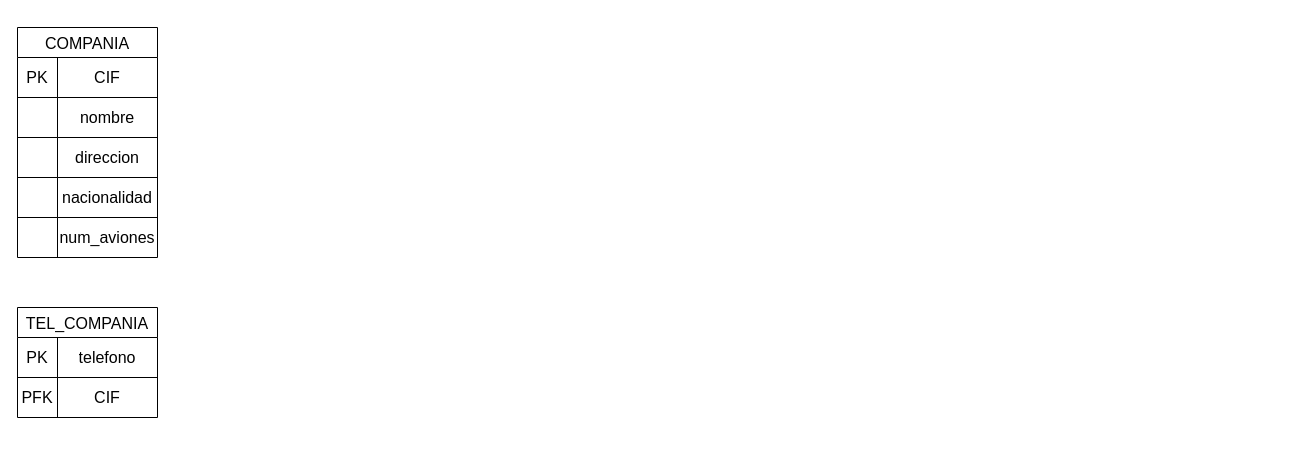
The draw.io diagram Modelo Relacion Aeropuerto TBD.drawio in misiomishi/itcj, before the edit. Source tidied: cells renumbered, new cells numbered last; positions are measured from the earlier drawing's top-left corner, leaving out a move shared by most shapes. Both pictures are drawn from the tidied source at 100%, with x=0, y=0 at pixel (17, 27).
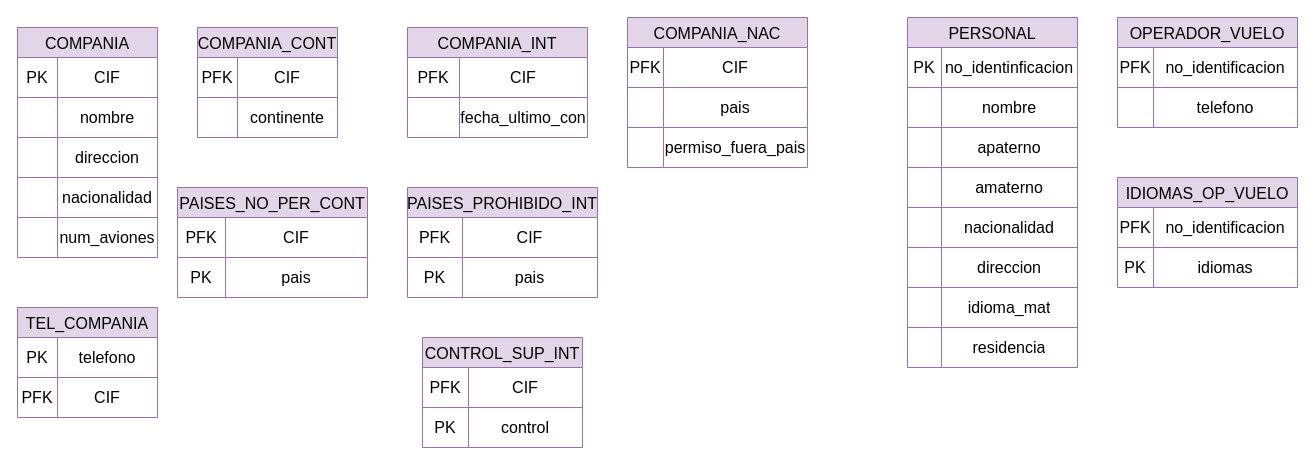
Above is the later version.

Change to the diagram source:
```diff
@@
-    <mxCell id="2" value="COMPANIA" style="shape=table;startSize=30;childLayout=tableLayout;strokeColor=default;fontSize=16;" parent="1" vertex="1">
+    <mxCell id="2" value="COMPANIA" style="shape=table;startSize=30;childLayout=tableLayout;strokeColor=#9673a6;fontSize=16;fillColor=#e1d5e7;" parent="1" vertex="1">
       <mxGeometry width="140" height="230" as="geometry" />
     </mxCell>
@@
-    <mxCell id="18" value="TEL_COMPANIA" style="shape=table;startSize=30;childLayout=tableLayout;strokeColor=default;fontSize=16;" parent="1" vertex="1">
+    <mxCell id="18" value="TEL_COMPANIA" style="shape=table;startSize=30;childLayout=tableLayout;strokeColor=#9673a6;fontSize=16;fillColor=#e1d5e7;" parent="1" vertex="1">
       <mxGeometry y="280" width="140" height="110" as="geometry" />
     </mxCell>
@@
+    <mxCell id="25" value="COMPANIA_CONT" style="shape=table;startSize=30;childLayout=tableLayout;strokeColor=#9673a6;fontSize=16;fillColor=#e1d5e7;" parent="1" vertex="1">
+      <mxGeometry x="180" width="140" height="110" as="geometry" />
+    </mxCell>
+    <mxCell id="26" style="shape=tableRow;horizontal=0;startSize=0;swimlaneHead=0;swimlaneBody=0;strokeColor=inherit;top=0;left=0;bottom=0;right=0;fillColor=none;fontSize=16;" parent="25" vertex="1">
+      <mxGeometry y="30" width="140" height="40" as="geometry" />
+    </mxCell>
+    <mxCell id="27" value="PFK" style="shape=partialRectangle;html=1;whiteSpace=wrap;strokeColor=inherit;overflow=hidden;fillColor=none;top=0;left=0;bottom=0;right=0;fontSize=16;" parent="26" vertex="1">
+      <mxGeometry width="40" height="40" as="geometry" />
+    </mxCell>
+    <mxCell id="28" value="CIF" style="shape=partialRectangle;html=1;whiteSpace=wrap;strokeColor=inherit;overflow=hidden;fillColor=none;top=0;left=0;bottom=0;right=0;fontSize=16;" parent="26" vertex="1">
+      <mxGeometry x="40" width="100" height="40" as="geometry" />
+    </mxCell>
+    <mxCell id="29" style="shape=tableRow;horizontal=0;startSize=0;swimlaneHead=0;swimlaneBody=0;strokeColor=inherit;top=0;left=0;bottom=0;right=0;fillColor=none;fontSize=16;" parent="25" vertex="1">
+      <mxGeometry y="70" width="140" height="40" as="geometry" />
+    </mxCell>
+    <mxCell id="30" style="shape=partialRectangle;html=1;whiteSpace=wrap;strokeColor=inherit;overflow=hidden;fillColor=none;top=0;left=0;bottom=0;right=0;fontSize=16;" parent="29" vertex="1">
+      <mxGeometry width="40" height="40" as="geometry" />
+    </mxCell>
+    <mxCell id="31" value="continente" style="shape=partialRectangle;html=1;whiteSpace=wrap;strokeColor=inherit;overflow=hidden;fillColor=none;top=0;left=0;bottom=0;right=0;fontSize=16;" parent="29" vertex="1">
+      <mxGeometry x="40" width="100" height="40" as="geometry" />
+    </mxCell>
+    <mxCell id="32" value="PAISES_NO_PER_CONT" style="shape=table;startSize=30;childLayout=tableLayout;strokeColor=#9673a6;fontSize=16;fillColor=#e1d5e7;" parent="1" vertex="1">
+      <mxGeometry x="160" y="160" width="190" height="110" as="geometry" />
+    </mxCell>
+    <mxCell id="33" style="shape=tableRow;horizontal=0;startSize=0;swimlaneHead=0;swimlaneBody=0;strokeColor=inherit;top=0;left=0;bottom=0;right=0;fillColor=none;fontSize=16;" parent="32" vertex="1">
+      <mxGeometry y="30" width="190" height="40" as="geometry" />
+    </mxCell>
+    <mxCell id="34" value="PFK" style="shape=partialRectangle;html=1;whiteSpace=wrap;strokeColor=inherit;overflow=hidden;fillColor=none;top=0;left=0;bottom=0;right=0;fontSize=16;" parent="33" vertex="1">
+      <mxGeometry width="48" height="40" as="geometry" />
+    </mxCell>
+    <mxCell id="35" value="CIF" style="shape=partialRectangle;html=1;whiteSpace=wrap;strokeColor=inherit;overflow=hidden;fillColor=none;top=0;left=0;bottom=0;right=0;fontSize=16;" parent="33" vertex="1">
+      <mxGeometry x="48" width="142" height="40" as="geometry" />
+    </mxCell>
+    <mxCell id="36" style="shape=tableRow;horizontal=0;startSize=0;swimlaneHead=0;swimlaneBody=0;strokeColor=inherit;top=0;left=0;bottom=0;right=0;fillColor=none;fontSize=16;" parent="32" vertex="1">
+      <mxGeometry y="70" width="190" height="40" as="geometry" />
+    </mxCell>
+    <mxCell id="37" value="PK" style="shape=partialRectangle;html=1;whiteSpace=wrap;strokeColor=inherit;overflow=hidden;fillColor=none;top=0;left=0;bottom=0;right=0;fontSize=16;" parent="36" vertex="1">
+      <mxGeometry width="48" height="40" as="geometry" />
+    </mxCell>
+    <mxCell id="38" value="pais" style="shape=partialRectangle;html=1;whiteSpace=wrap;strokeColor=inherit;overflow=hidden;fillColor=none;top=0;left=0;bottom=0;right=0;fontSize=16;" parent="36" vertex="1">
+      <mxGeometry x="48" width="142" height="40" as="geometry" />
+    </mxCell>
+    <mxCell id="39" value="COMPANIA_INT" style="shape=table;startSize=30;childLayout=tableLayout;strokeColor=#9673a6;fontSize=16;fillColor=#e1d5e7;" parent="1" vertex="1">
+      <mxGeometry x="390" width="180" height="110" as="geometry" />
+    </mxCell>
+    <mxCell id="40" style="shape=tableRow;horizontal=0;startSize=0;swimlaneHead=0;swimlaneBody=0;strokeColor=inherit;top=0;left=0;bottom=0;right=0;fillColor=none;fontSize=16;" parent="39" vertex="1">
+      <mxGeometry y="30" width="180" height="40" as="geometry" />
+    </mxCell>
+    <mxCell id="41" value="PFK" style="shape=partialRectangle;html=1;whiteSpace=wrap;strokeColor=inherit;overflow=hidden;fillColor=none;top=0;left=0;bottom=0;right=0;fontSize=16;" parent="40" vertex="1">
+      <mxGeometry width="52" height="40" as="geometry" />
+    </mxCell>
+    <mxCell id="42" value="CIF" style="shape=partialRectangle;html=1;whiteSpace=wrap;strokeColor=inherit;overflow=hidden;fillColor=none;top=0;left=0;bottom=0;right=0;fontSize=16;" parent="40" vertex="1">
+      <mxGeometry x="52" width="128" height="40" as="geometry" />
+    </mxCell>
+    <mxCell id="43" style="shape=tableRow;horizontal=0;startSize=0;swimlaneHead=0;swimlaneBody=0;strokeColor=inherit;top=0;left=0;bottom=0;right=0;fillColor=none;fontSize=16;" parent="39" vertex="1">
+      <mxGeometry y="70" width="180" height="40" as="geometry" />
+    </mxCell>
+    <mxCell id="44" style="shape=partialRectangle;html=1;whiteSpace=wrap;strokeColor=inherit;overflow=hidden;fillColor=none;top=0;left=0;bottom=0;right=0;fontSize=16;" parent="43" vertex="1">
+      <mxGeometry width="52" height="40" as="geometry" />
+    </mxCell>
+    <mxCell id="45" value="fecha_ultimo_con" style="shape=partialRectangle;html=1;whiteSpace=wrap;strokeColor=inherit;overflow=hidden;fillColor=none;top=0;left=0;bottom=0;right=0;fontSize=16;" parent="43" vertex="1">
+      <mxGeometry x="52" width="128" height="40" as="geometry" />
+    </mxCell>
+    <mxCell id="46" value="PAISES_PROHIBIDO_INT" style="shape=table;startSize=30;childLayout=tableLayout;strokeColor=#9673a6;fontSize=16;fillColor=#e1d5e7;" parent="1" vertex="1">
+      <mxGeometry x="390" y="160" width="190" height="110" as="geometry" />
+    </mxCell>
+    <mxCell id="47" style="shape=tableRow;horizontal=0;startSize=0;swimlaneHead=0;swimlaneBody=0;strokeColor=inherit;top=0;left=0;bottom=0;right=0;fillColor=none;fontSize=16;" parent="46" vertex="1">
+      <mxGeometry y="30" width="190" height="40" as="geometry" />
+    </mxCell>
+    <mxCell id="48" value="PFK" style="shape=partialRectangle;html=1;whiteSpace=wrap;strokeColor=inherit;overflow=hidden;fillColor=none;top=0;left=0;bottom=0;right=0;fontSize=16;" parent="47" vertex="1">
+      <mxGeometry width="55" height="40" as="geometry" />
+    </mxCell>
+    <mxCell id="49" value="CIF" style="shape=partialRectangle;html=1;whiteSpace=wrap;strokeColor=inherit;overflow=hidden;fillColor=none;top=0;left=0;bottom=0;right=0;fontSize=16;" parent="47" vertex="1">
+      <mxGeometry x="55" width="135" height="40" as="geometry" />
+    </mxCell>
+    <mxCell id="50" style="shape=tableRow;horizontal=0;startSize=0;swimlaneHead=0;swimlaneBody=0;strokeColor=inherit;top=0;left=0;bottom=0;right=0;fillColor=none;fontSize=16;" parent="46" vertex="1">
+      <mxGeometry y="70" width="190" height="40" as="geometry" />
+    </mxCell>
+    <mxCell id="51" value="PK" style="shape=partialRectangle;html=1;whiteSpace=wrap;strokeColor=inherit;overflow=hidden;fillColor=none;top=0;left=0;bottom=0;right=0;fontSize=16;" parent="50" vertex="1">
+      <mxGeometry width="55" height="40" as="geometry" />
+    </mxCell>
+    <mxCell id="52" value="pais" style="shape=partialRectangle;html=1;whiteSpace=wrap;strokeColor=inherit;overflow=hidden;fillColor=none;top=0;left=0;bottom=0;right=0;fontSize=16;" parent="50" vertex="1">
+      <mxGeometry x="55" width="135" height="40" as="geometry" />
+    </mxCell>
+    <mxCell id="53" value="CONTROL_SUP_INT" style="shape=table;startSize=30;childLayout=tableLayout;strokeColor=#9673a6;fontSize=16;fillColor=#e1d5e7;" parent="1" vertex="1">
+      <mxGeometry x="405" y="310" width="160" height="110" as="geometry" />
+    </mxCell>
+    <mxCell id="54" style="shape=tableRow;horizontal=0;startSize=0;swimlaneHead=0;swimlaneBody=0;strokeColor=inherit;top=0;left=0;bottom=0;right=0;fillColor=none;fontSize=16;" parent="53" vertex="1">
+      <mxGeometry y="30" width="160" height="40" as="geometry" />
+    </mxCell>
+    <mxCell id="55" value="PFK" style="shape=partialRectangle;html=1;whiteSpace=wrap;strokeColor=inherit;overflow=hidden;fillColor=none;top=0;left=0;bottom=0;right=0;fontSize=16;" parent="54" vertex="1">
+      <mxGeometry width="46" height="40" as="geometry" />
+    </mxCell>
+    <mxCell id="56" value="CIF" style="shape=partialRectangle;html=1;whiteSpace=wrap;strokeColor=inherit;overflow=hidden;fillColor=none;top=0;left=0;bottom=0;right=0;fontSize=16;" parent="54" vertex="1">
+      <mxGeometry x="46" width="114" height="40" as="geometry" />
+    </mxCell>
+    <mxCell id="57" style="shape=tableRow;horizontal=0;startSize=0;swimlaneHead=0;swimlaneBody=0;strokeColor=inherit;top=0;left=0;bottom=0;right=0;fillColor=none;fontSize=16;" parent="53" vertex="1">
+      <mxGeometry y="70" width="160" height="40" as="geometry" />
+    </mxCell>
+    <mxCell id="58" value="PK" style="shape=partialRectangle;html=1;whiteSpace=wrap;strokeColor=inherit;overflow=hidden;fillColor=none;top=0;left=0;bottom=0;right=0;fontSize=16;" parent="57" vertex="1">
+      <mxGeometry width="46" height="40" as="geometry" />
+    </mxCell>
+    <mxCell id="59" value="control" style="shape=partialRectangle;html=1;whiteSpace=wrap;strokeColor=inherit;overflow=hidden;fillColor=none;top=0;left=0;bottom=0;right=0;fontSize=16;" parent="57" vertex="1">
+      <mxGeometry x="46" width="114" height="40" as="geometry" />
+    </mxCell>
+    <mxCell id="60" value="COMPANIA_NAC" style="shape=table;startSize=30;childLayout=tableLayout;strokeColor=#9673a6;fontSize=16;fillColor=#e1d5e7;" parent="1" vertex="1">
+      <mxGeometry x="610" y="-10" width="180" height="150" as="geometry" />
+    </mxCell>
+    <mxCell id="61" style="shape=tableRow;horizontal=0;startSize=0;swimlaneHead=0;swimlaneBody=0;strokeColor=inherit;top=0;left=0;bottom=0;right=0;fillColor=none;fontSize=16;" parent="60" vertex="1">
+      <mxGeometry y="30" width="180" height="40" as="geometry" />
+    </mxCell>
+    <mxCell id="62" value="PFK" style="shape=partialRectangle;html=1;whiteSpace=wrap;strokeColor=inherit;overflow=hidden;fillColor=none;top=0;left=0;bottom=0;right=0;fontSize=16;" parent="61" vertex="1">
+      <mxGeometry width="36" height="40" as="geometry" />
+    </mxCell>
+    <mxCell id="63" value="CIF" style="shape=partialRectangle;html=1;whiteSpace=wrap;strokeColor=inherit;overflow=hidden;fillColor=none;top=0;left=0;bottom=0;right=0;fontSize=16;" parent="61" vertex="1">
+      <mxGeometry x="36" width="144" height="40" as="geometry" />
+    </mxCell>
+    <mxCell id="64" style="shape=tableRow;horizontal=0;startSize=0;swimlaneHead=0;swimlaneBody=0;strokeColor=inherit;top=0;left=0;bottom=0;right=0;fillColor=none;fontSize=16;" parent="60" vertex="1">
+      <mxGeometry y="70" width="180" height="40" as="geometry" />
+    </mxCell>
+    <mxCell id="65" style="shape=partialRectangle;html=1;whiteSpace=wrap;strokeColor=inherit;overflow=hidden;fillColor=none;top=0;left=0;bottom=0;right=0;fontSize=16;" parent="64" vertex="1">
+      <mxGeometry width="36" height="40" as="geometry" />
+    </mxCell>
+    <mxCell id="66" value="pais" style="shape=partialRectangle;html=1;whiteSpace=wrap;strokeColor=inherit;overflow=hidden;fillColor=none;top=0;left=0;bottom=0;right=0;fontSize=16;" parent="64" vertex="1">
+      <mxGeometry x="36" width="144" height="40" as="geometry" />
+    </mxCell>
+    <mxCell id="67" style="shape=tableRow;horizontal=0;startSize=0;swimlaneHead=0;swimlaneBody=0;strokeColor=inherit;top=0;left=0;bottom=0;right=0;fillColor=none;fontSize=16;" parent="60" vertex="1">
+      <mxGeometry y="110" width="180" height="40" as="geometry" />
+    </mxCell>
+    <mxCell id="68" style="shape=partialRectangle;html=1;whiteSpace=wrap;strokeColor=inherit;overflow=hidden;fillColor=none;top=0;left=0;bottom=0;right=0;fontSize=16;" parent="67" vertex="1">
+      <mxGeometry width="36" height="40" as="geometry" />
+    </mxCell>
+    <mxCell id="69" value="permiso_fuera_pais" style="shape=partialRectangle;html=1;whiteSpace=wrap;strokeColor=inherit;overflow=hidden;fillColor=none;top=0;left=0;bottom=0;right=0;fontSize=16;" parent="67" vertex="1">
+      <mxGeometry x="36" width="144" height="40" as="geometry" />
+    </mxCell>
+    <mxCell id="70" value="PERSONAL" style="shape=table;startSize=30;childLayout=tableLayout;strokeColor=#9673a6;fontSize=16;fillColor=#e1d5e7;" parent="1" vertex="1">
+      <mxGeometry x="890" y="-10" width="170" height="350" as="geometry" />
+    </mxCell>
+    <mxCell id="71" style="shape=tableRow;horizontal=0;startSize=0;swimlaneHead=0;swimlaneBody=0;strokeColor=inherit;top=0;left=0;bottom=0;right=0;fillColor=none;fontSize=16;" parent="70" vertex="1">
+      <mxGeometry y="30" width="170" height="40" as="geometry" />
+    </mxCell>
+    <mxCell id="72" value="PK" style="shape=partialRectangle;html=1;whiteSpace=wrap;strokeColor=inherit;overflow=hidden;fillColor=none;top=0;left=0;bottom=0;right=0;fontSize=16;" parent="71" vertex="1">
+      <mxGeometry width="34" height="40" as="geometry" />
+    </mxCell>
+    <mxCell id="73" value="no_identinficacion" style="shape=partialRectangle;html=1;whiteSpace=wrap;strokeColor=inherit;overflow=hidden;fillColor=none;top=0;left=0;bottom=0;right=0;fontSize=16;" parent="71" vertex="1">
+      <mxGeometry x="34" width="136" height="40" as="geometry" />
+    </mxCell>
+    <mxCell id="74" style="shape=tableRow;horizontal=0;startSize=0;swimlaneHead=0;swimlaneBody=0;strokeColor=inherit;top=0;left=0;bottom=0;right=0;fillColor=none;fontSize=16;" parent="70" vertex="1">
+      <mxGeometry y="70" width="170" height="40" as="geometry" />
+    </mxCell>
+    <mxCell id="75" style="shape=partialRectangle;html=1;whiteSpace=wrap;strokeColor=inherit;overflow=hidden;fillColor=none;top=0;left=0;bottom=0;right=0;fontSize=16;" parent="74" vertex="1">
+      <mxGeometry width="34" height="40" as="geometry" />
+    </mxCell>
+    <mxCell id="76" value="nombre" style="shape=partialRectangle;html=1;whiteSpace=wrap;strokeColor=inherit;overflow=hidden;fillColor=none;top=0;left=0;bottom=0;right=0;fontSize=16;" parent="74" vertex="1">
+      <mxGeometry x="34" width="136" height="40" as="geometry" />
+    </mxCell>
+    <mxCell id="77" style="shape=tableRow;horizontal=0;startSize=0;swimlaneHead=0;swimlaneBody=0;strokeColor=inherit;top=0;left=0;bottom=0;right=0;fillColor=none;fontSize=16;" parent="70" vertex="1">
+      <mxGeometry y="110" width="170" height="40" as="geometry" />
+    </mxCell>
+    <mxCell id="78" style="shape=partialRectangle;html=1;whiteSpace=wrap;strokeColor=inherit;overflow=hidden;fillColor=none;top=0;left=0;bottom=0;right=0;fontSize=16;" parent="77" vertex="1">
+      <mxGeometry width="34" height="40" as="geometry" />
+    </mxCell>
+    <mxCell id="79" value="apaterno" style="shape=partialRectangle;html=1;whiteSpace=wrap;strokeColor=inherit;overflow=hidden;fillColor=none;top=0;left=0;bottom=0;right=0;fontSize=16;" parent="77" vertex="1">
+      <mxGeometry x="34" width="136" height="40" as="geometry" />
+    </mxCell>
+    <mxCell id="80" style="shape=tableRow;horizontal=0;startSize=0;swimlaneHead=0;swimlaneBody=0;strokeColor=inherit;top=0;left=0;bottom=0;right=0;fillColor=none;fontSize=16;" parent="70" vertex="1">
+      <mxGeometry y="150" width="170" height="40" as="geometry" />
+    </mxCell>
+    <mxCell id="81" style="shape=partialRectangle;html=1;whiteSpace=wrap;strokeColor=inherit;overflow=hidden;fillColor=none;top=0;left=0;bottom=0;right=0;fontSize=16;" parent="80" vertex="1">
+      <mxGeometry width="34" height="40" as="geometry" />
+    </mxCell>
+    <mxCell id="82" value="amaterno" style="shape=partialRectangle;html=1;whiteSpace=wrap;strokeColor=inherit;overflow=hidden;fillColor=none;top=0;left=0;bottom=0;right=0;fontSize=16;" parent="80" vertex="1">
+      <mxGeometry x="34" width="136" height="40" as="geometry" />
+    </mxCell>
+    <mxCell id="83" style="shape=tableRow;horizontal=0;startSize=0;swimlaneHead=0;swimlaneBody=0;strokeColor=inherit;top=0;left=0;bottom=0;right=0;fillColor=none;fontSize=16;" parent="70" vertex="1">
+      <mxGeometry y="190" width="170" height="40" as="geometry" />
+    </mxCell>
+    <mxCell id="84" style="shape=partialRectangle;html=1;whiteSpace=wrap;strokeColor=inherit;overflow=hidden;fillColor=none;top=0;left=0;bottom=0;right=0;fontSize=16;" parent="83" vertex="1">
+      <mxGeometry width="34" height="40" as="geometry" />
+    </mxCell>
+    <mxCell id="85" value="nacionalidad" style="shape=partialRectangle;html=1;whiteSpace=wrap;strokeColor=inherit;overflow=hidden;fillColor=none;top=0;left=0;bottom=0;right=0;fontSize=16;" parent="83" vertex="1">
+      <mxGeometry x="34" width="136" height="40" as="geometry" />
+    </mxCell>
+    <mxCell id="86" style="shape=tableRow;horizontal=0;startSize=0;swimlaneHead=0;swimlaneBody=0;strokeColor=inherit;top=0;left=0;bottom=0;right=0;fillColor=none;fontSize=16;" parent="70" vertex="1">
+      <mxGeometry y="230" width="170" height="40" as="geometry" />
+    </mxCell>
+    <mxCell id="87" style="shape=partialRectangle;html=1;whiteSpace=wrap;strokeColor=inherit;overflow=hidden;fillColor=none;top=0;left=0;bottom=0;right=0;fontSize=16;" parent="86" vertex="1">
+      <mxGeometry width="34" height="40" as="geometry" />
+    </mxCell>
+    <mxCell id="88" value="direccion" style="shape=partialRectangle;html=1;whiteSpace=wrap;strokeColor=inherit;overflow=hidden;fillColor=none;top=0;left=0;bottom=0;right=0;fontSize=16;" parent="86" vertex="1">
+      <mxGeometry x="34" width="136" height="40" as="geometry" />
+    </mxCell>
+    <mxCell id="89" style="shape=tableRow;horizontal=0;startSize=0;swimlaneHead=0;swimlaneBody=0;strokeColor=inherit;top=0;left=0;bottom=0;right=0;fillColor=none;fontSize=16;" parent="70" vertex="1">
+      <mxGeometry y="270" width="170" height="40" as="geometry" />
+    </mxCell>
+    <mxCell id="90" style="shape=partialRectangle;html=1;whiteSpace=wrap;strokeColor=inherit;overflow=hidden;fillColor=none;top=0;left=0;bottom=0;right=0;fontSize=16;" parent="89" vertex="1">
+      <mxGeometry width="34" height="40" as="geometry" />
+    </mxCell>
+    <mxCell id="91" value="idioma_mat" style="shape=partialRectangle;html=1;whiteSpace=wrap;strokeColor=inherit;overflow=hidden;fillColor=none;top=0;left=0;bottom=0;right=0;fontSize=16;" parent="89" vertex="1">
+      <mxGeometry x="34" width="136" height="40" as="geometry" />
+    </mxCell>
+    <mxCell id="92" style="shape=tableRow;horizontal=0;startSize=0;swimlaneHead=0;swimlaneBody=0;strokeColor=inherit;top=0;left=0;bottom=0;right=0;fillColor=none;fontSize=16;" parent="70" vertex="1">
+      <mxGeometry y="310" width="170" height="40" as="geometry" />
+    </mxCell>
+    <mxCell id="93" style="shape=partialRectangle;html=1;whiteSpace=wrap;strokeColor=inherit;overflow=hidden;fillColor=none;top=0;left=0;bottom=0;right=0;fontSize=16;" parent="92" vertex="1">
+      <mxGeometry width="34" height="40" as="geometry" />
+    </mxCell>
+    <mxCell id="94" value="residencia" style="shape=partialRectangle;html=1;whiteSpace=wrap;strokeColor=inherit;overflow=hidden;fillColor=none;top=0;left=0;bottom=0;right=0;fontSize=16;" parent="92" vertex="1">
+      <mxGeometry x="34" width="136" height="40" as="geometry" />
+    </mxCell>
+    <mxCell id="95" value="OPERADOR_VUELO" style="shape=table;startSize=30;childLayout=tableLayout;strokeColor=#9673a6;fontSize=16;fillColor=#e1d5e7;" parent="1" vertex="1">
+      <mxGeometry x="1100" y="-10" width="180" height="110" as="geometry" />
+    </mxCell>
+    <mxCell id="96" style="shape=tableRow;horizontal=0;startSize=0;swimlaneHead=0;swimlaneBody=0;strokeColor=inherit;top=0;left=0;bottom=0;right=0;fillColor=none;fontSize=16;" parent="95" vertex="1">
+      <mxGeometry y="30" width="180" height="40" as="geometry" />
+    </mxCell>
+    <mxCell id="97" value="PFK" style="shape=partialRectangle;html=1;whiteSpace=wrap;strokeColor=inherit;overflow=hidden;fillColor=none;top=0;left=0;bottom=0;right=0;fontSize=16;" parent="96" vertex="1">
+      <mxGeometry width="36" height="40" as="geometry" />
+    </mxCell>
+    <mxCell id="98" value="no_identificacion" style="shape=partialRectangle;html=1;whiteSpace=wrap;strokeColor=inherit;overflow=hidden;fillColor=none;top=0;left=0;bottom=0;right=0;fontSize=16;" parent="96" vertex="1">
+      <mxGeometry x="36" width="144" height="40" as="geometry" />
+    </mxCell>
+    <mxCell id="99" style="shape=tableRow;horizontal=0;startSize=0;swimlaneHead=0;swimlaneBody=0;strokeColor=inherit;top=0;left=0;bottom=0;right=0;fillColor=none;fontSize=16;" parent="95" vertex="1">
+      <mxGeometry y="70" width="180" height="40" as="geometry" />
+    </mxCell>
+    <mxCell id="100" style="shape=partialRectangle;html=1;whiteSpace=wrap;strokeColor=inherit;overflow=hidden;fillColor=none;top=0;left=0;bottom=0;right=0;fontSize=16;" parent="99" vertex="1">
+      <mxGeometry width="36" height="40" as="geometry" />
+    </mxCell>
+    <mxCell id="101" value="telefono" style="shape=partialRectangle;html=1;whiteSpace=wrap;strokeColor=inherit;overflow=hidden;fillColor=none;top=0;left=0;bottom=0;right=0;fontSize=16;" parent="99" vertex="1">
+      <mxGeometry x="36" width="144" height="40" as="geometry" />
+    </mxCell>
+    <mxCell id="102" value="IDIOMAS_OP_VUELO" style="shape=table;startSize=30;childLayout=tableLayout;strokeColor=#9673a6;fontSize=16;fillColor=#e1d5e7;" parent="1" vertex="1">
+      <mxGeometry x="1100" y="150" width="180" height="110" as="geometry" />
+    </mxCell>
+    <mxCell id="103" style="shape=tableRow;horizontal=0;startSize=0;swimlaneHead=0;swimlaneBody=0;strokeColor=inherit;top=0;left=0;bottom=0;right=0;fillColor=none;fontSize=16;" parent="102" vertex="1">
+      <mxGeometry y="30" width="180" height="40" as="geometry" />
+    </mxCell>
+    <mxCell id="104" value="PFK" style="shape=partialRectangle;html=1;whiteSpace=wrap;strokeColor=inherit;overflow=hidden;fillColor=none;top=0;left=0;bottom=0;right=0;fontSize=16;" parent="103" vertex="1">
+      <mxGeometry width="36" height="40" as="geometry" />
+    </mxCell>
+    <mxCell id="105" value="no_identificacion" style="shape=partialRectangle;html=1;whiteSpace=wrap;strokeColor=inherit;overflow=hidden;fillColor=none;top=0;left=0;bottom=0;right=0;fontSize=16;" parent="103" vertex="1">
+      <mxGeometry x="36" width="144" height="40" as="geometry" />
+    </mxCell>
+    <mxCell id="106" style="shape=tableRow;horizontal=0;startSize=0;swimlaneHead=0;swimlaneBody=0;strokeColor=inherit;top=0;left=0;bottom=0;right=0;fillColor=none;fontSize=16;" parent="102" vertex="1">
+      <mxGeometry y="70" width="180" height="40" as="geometry" />
+    </mxCell>
+    <mxCell id="107" value="PK" style="shape=partialRectangle;html=1;whiteSpace=wrap;strokeColor=inherit;overflow=hidden;fillColor=none;top=0;left=0;bottom=0;right=0;fontSize=16;" parent="106" vertex="1">
+      <mxGeometry width="36" height="40" as="geometry" />
+    </mxCell>
+    <mxCell id="108" value="idiomas" style="shape=partialRectangle;html=1;whiteSpace=wrap;strokeColor=inherit;overflow=hidden;fillColor=none;top=0;left=0;bottom=0;right=0;fontSize=16;" parent="106" vertex="1">
+      <mxGeometry x="36" width="144" height="40" as="geometry" />
+    </mxCell>
```
